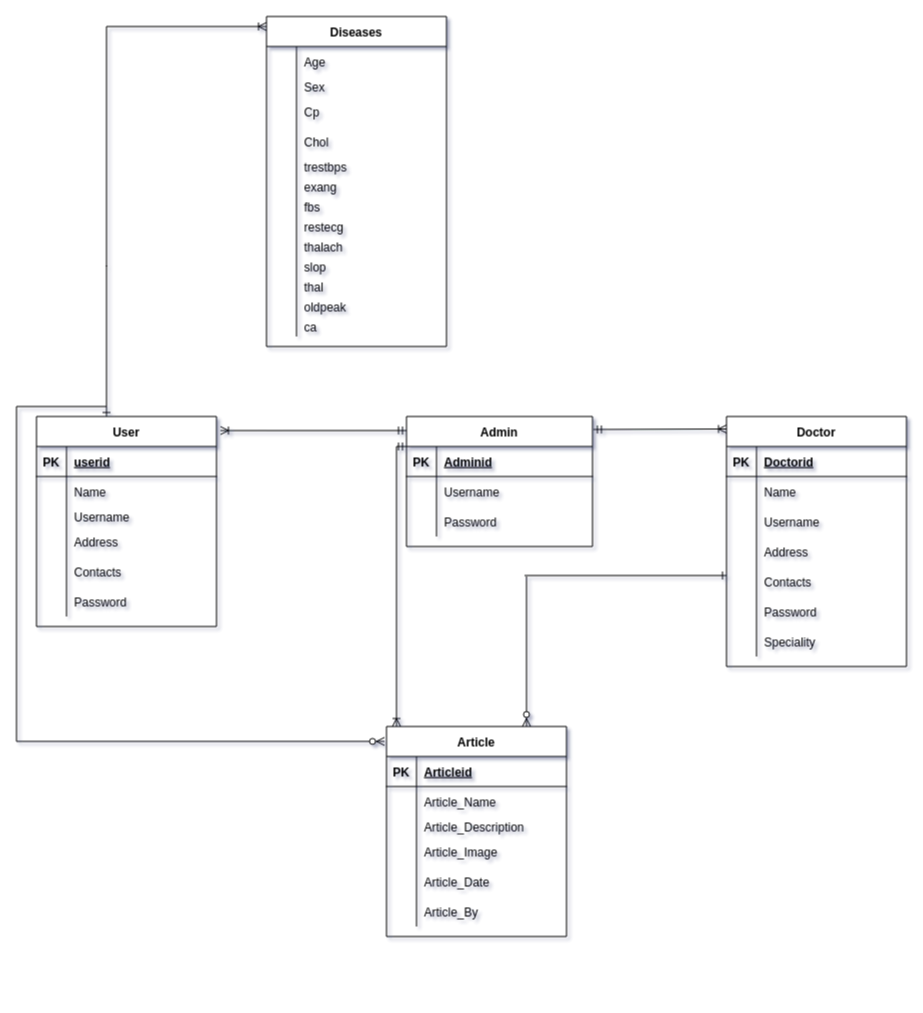
Before: page "Database" (4 of 6) of Untitled Diagram.drawio in iqran-s-star/My-Portfolio, a draw.io diagram. Source tidied: cells renumbered, new cells numbered last; positions are measured from the earlier drawing's top-left corner, leaving out a move shared by most shapes. Both pictures are drawn from the tidied source at 100%, with x=0, y=0 at pixel (16, 16).
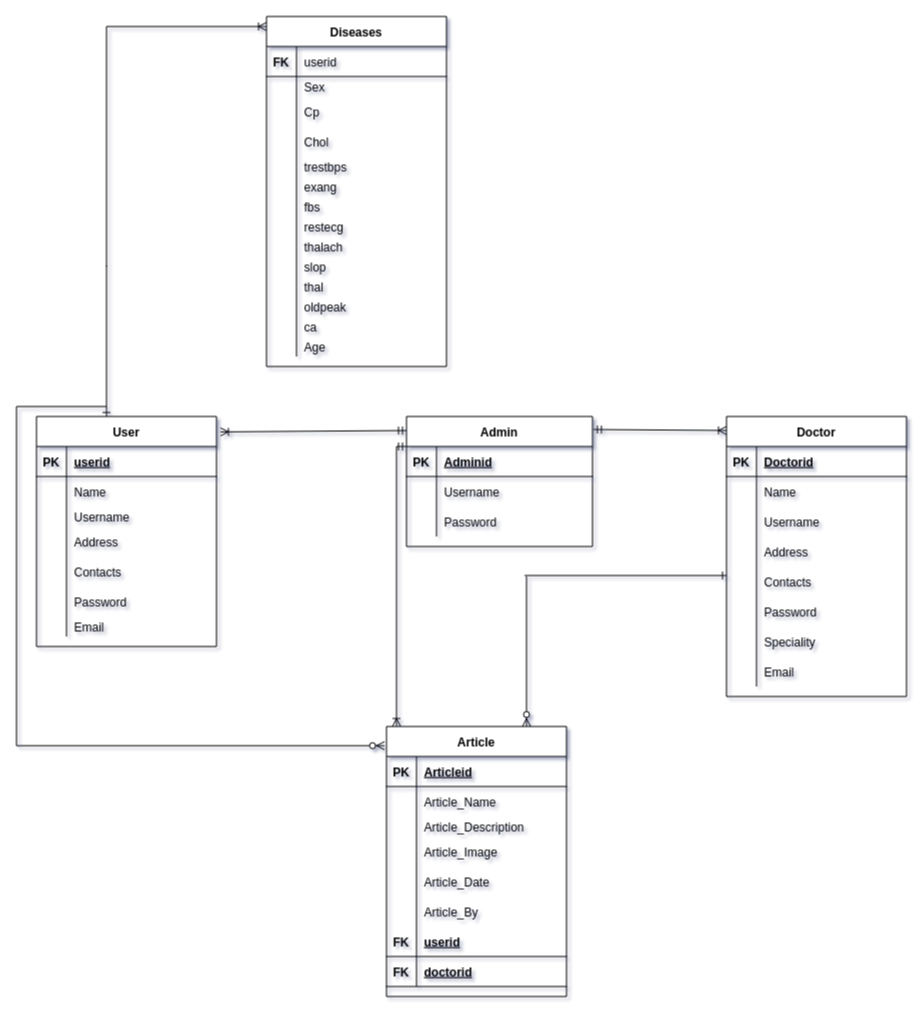
Above is the later version.

The change refers to these unchanged cells:
```xml
<mxCell id="73" style="shape=tableRow;horizontal=0;startSize=0;swimlaneHead=0;swimlaneBody=0;fillColor=none;top=0;left=0;right=0;bottom=0;" parent="72" vertex="1">
  <mxGeometry y="30" width="180" height="30" as="geometry" />
</mxCell>
```

What changed in the source:
```diff
@@
     <mxCell id="2" value="User" style="shape=table;startSize=30;childLayout=tableLayout;rowLines=0;fontStyle=1;align=center;" parent="1" vertex="1">
-      <mxGeometry x="20" y="400" width="180" height="210" as="geometry" />
+      <mxGeometry x="20" y="400" width="180" height="230" as="geometry" />
     </mxCell>
@@
+    <mxCell id="120" style="shape=tableRow;horizontal=0;startSize=0;swimlaneHead=0;swimlaneBody=0;fillColor=none;top=0;left=0;right=0;bottom=0;" parent="2" vertex="1">
+      <mxGeometry y="200" width="180" height="20" as="geometry" />
+    </mxCell>
+    <mxCell id="121" style="shape=partialRectangle;fillColor=none;top=0;left=0;bottom=0;right=0;overflow=hidden;" parent="120" vertex="1">
+      <mxGeometry width="30" height="20" as="geometry" />
+    </mxCell>
+    <mxCell id="122" value="Email" style="shape=partialRectangle;fillColor=none;top=0;left=0;bottom=0;right=0;align=left;spacingLeft=6;overflow=hidden;" parent="120" vertex="1">
+      <mxGeometry x="30" width="150" height="20" as="geometry" />
+    </mxCell>
     <mxCell id="21" value="Doctor" style="shape=table;startSize=30;childLayout=tableLayout;rowLines=0;fontStyle=1;align=center;" parent="1" vertex="1">
-      <mxGeometry x="710" y="400" width="180" height="250" as="geometry" />
+      <mxGeometry x="710" y="400" width="180" height="280" as="geometry" />
     </mxCell>
@@
+    <mxCell id="123" style="shape=tableRow;horizontal=0;startSize=0;swimlaneHead=0;swimlaneBody=0;fillColor=none;top=0;left=0;right=0;bottom=0;" parent="21" vertex="1">
+      <mxGeometry y="240" width="180" height="30" as="geometry" />
+    </mxCell>
+    <mxCell id="124" style="shape=partialRectangle;fillColor=none;top=0;left=0;bottom=0;right=0;overflow=hidden;" parent="123" vertex="1">
+      <mxGeometry width="30" height="30" as="geometry" />
+    </mxCell>
+    <mxCell id="125" value="Email" style="shape=partialRectangle;fillColor=none;top=0;left=0;bottom=0;right=0;align=left;spacingLeft=6;overflow=hidden;" parent="123" vertex="1">
+      <mxGeometry x="30" width="150" height="30" as="geometry" />
+    </mxCell>
@@
     <mxCell id="53" value="Article" style="shape=table;startSize=30;childLayout=tableLayout;rowLines=0;fontStyle=1;align=center;" parent="1" vertex="1">
-      <mxGeometry x="370" y="710" width="180" height="210" as="geometry" />
+      <mxGeometry x="370" y="710" width="180" height="270" as="geometry" />
     </mxCell>
@@
+    <mxCell id="126" style="shape=tableRow;horizontal=0;startSize=0;swimlaneHead=0;swimlaneBody=0;fillColor=none;top=0;left=0;right=0;bottom=1;" parent="53" vertex="1">
+      <mxGeometry y="200" width="180" height="30" as="geometry" />
+    </mxCell>
+    <mxCell id="127" value="FK" style="shape=partialRectangle;fillColor=none;top=0;left=0;bottom=0;right=0;fontStyle=1;overflow=hidden;" parent="126" vertex="1">
+      <mxGeometry width="30" height="30" as="geometry" />
+    </mxCell>
+    <mxCell id="128" value="userid" style="shape=partialRectangle;fillColor=none;top=0;left=0;bottom=0;right=0;align=left;spacingLeft=6;fontStyle=5;overflow=hidden;" parent="126" vertex="1">
+      <mxGeometry x="30" width="150" height="30" as="geometry" />
+    </mxCell>
+    <mxCell id="129" style="shape=tableRow;horizontal=0;startSize=0;swimlaneHead=0;swimlaneBody=0;fillColor=none;top=0;left=0;right=0;bottom=1;" parent="53" vertex="1">
+      <mxGeometry y="230" width="180" height="30" as="geometry" />
+    </mxCell>
+    <mxCell id="130" value="FK" style="shape=partialRectangle;fillColor=none;top=0;left=0;bottom=0;right=0;fontStyle=1;overflow=hidden;" parent="129" vertex="1">
+      <mxGeometry width="30" height="30" as="geometry" />
+    </mxCell>
+    <mxCell id="131" value="doctorid" style="shape=partialRectangle;fillColor=none;top=0;left=0;bottom=0;right=0;align=left;spacingLeft=6;fontStyle=5;overflow=hidden;" parent="129" vertex="1">
+      <mxGeometry x="30" width="150" height="30" as="geometry" />
+    </mxCell>
     <mxCell id="72" value="Diseases" style="shape=table;startSize=30;childLayout=tableLayout;rowLines=0;fontStyle=1;align=center;" parent="1" vertex="1">
-      <mxGeometry x="250" width="180" height="330" as="geometry" />
+      <mxGeometry x="250" width="180" height="350" as="geometry" />
     </mxCell>
@@
-    <mxCell id="75" value="Age" style="shape=partialRectangle;fillColor=none;top=0;left=0;bottom=0;right=0;align=left;spacingLeft=6;overflow=hidden;" parent="73" vertex="1">
+    <mxCell id="75" value="userid" style="shape=partialRectangle;fillColor=none;top=0;left=0;bottom=0;right=0;align=left;spacingLeft=6;overflow=hidden;" parent="73" vertex="1">
       <mxGeometry x="30" width="150" height="30" as="geometry" />
     </mxCell>
@@
+    <mxCell id="132" style="shape=tableRow;horizontal=0;startSize=0;swimlaneHead=0;swimlaneBody=0;fillColor=none;top=0;left=0;right=0;bottom=0;" parent="72" vertex="1">
+      <mxGeometry y="320" width="180" height="20" as="geometry" />
+    </mxCell>
+    <mxCell id="133" style="shape=partialRectangle;fillColor=none;top=0;left=0;bottom=0;right=0;overflow=hidden;" parent="132" vertex="1">
+      <mxGeometry width="30" height="20" as="geometry" />
+    </mxCell>
+    <mxCell id="134" value="Age" style="shape=partialRectangle;fillColor=none;top=0;left=0;bottom=0;right=0;align=left;spacingLeft=6;overflow=hidden;" parent="132" vertex="1">
+      <mxGeometry x="30" width="150" height="20" as="geometry" />
+    </mxCell>
@@
+    <mxCell id="135" style="shape=tableRow;horizontal=0;startSize=0;swimlaneHead=0;swimlaneBody=0;fillColor=none;top=0;left=0;right=0;bottom=1;" parent="1" vertex="1">
+      <mxGeometry x="250" y="30" width="180" height="30" as="geometry" />
+    </mxCell>
+    <mxCell id="136" value="FK" style="shape=partialRectangle;fillColor=none;top=0;left=0;bottom=0;right=0;fontStyle=1;overflow=hidden;" parent="135" vertex="1">
+      <mxGeometry width="30" height="30" as="geometry" />
+    </mxCell>
```
